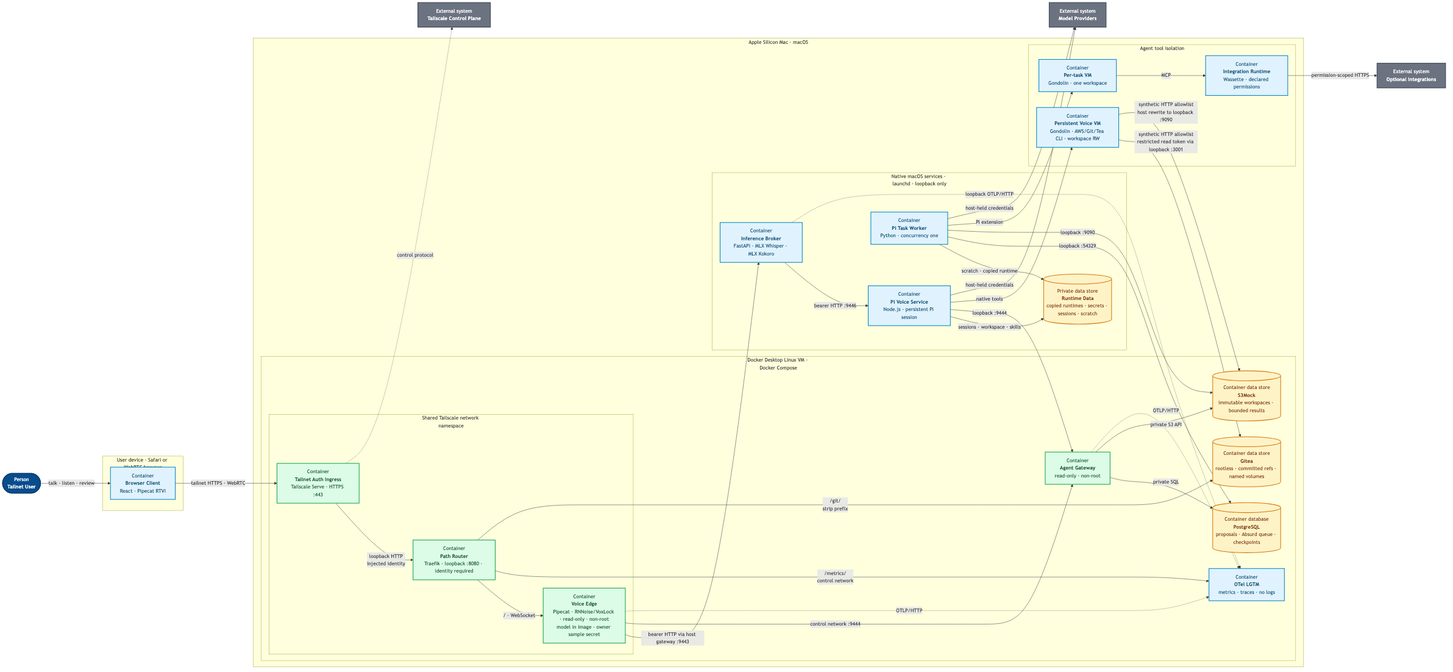
Above: products/voice-agent/docs/architecture/deployment-security.png in ragavsathish/agent-workload-platform (Mermaid), before the change. Its source is kept beside it as products/voice-agent/docs/architecture/deployment-security.mmd.
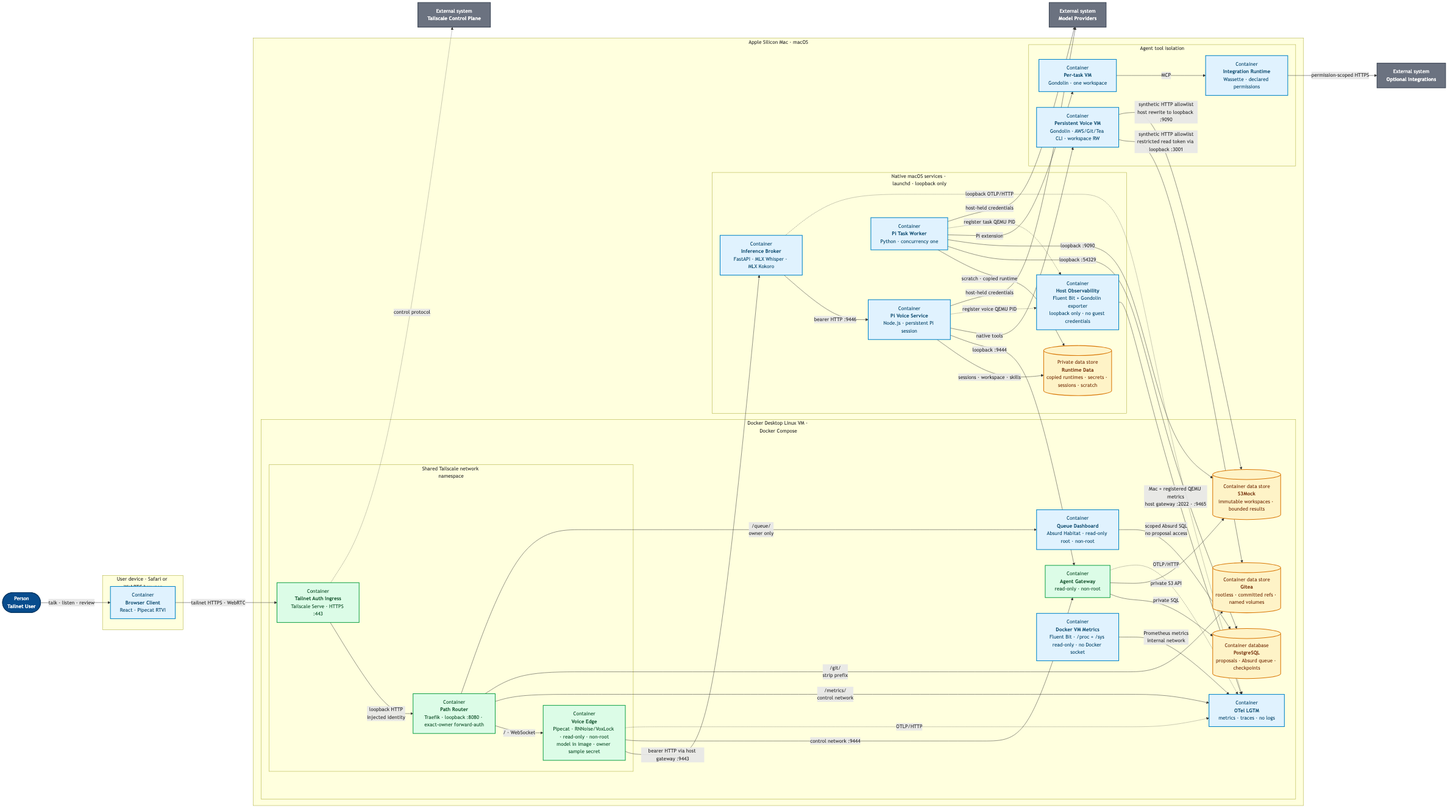
After the change.

Diff of the diagram source:
```diff
@@ -16,17 +16,20 @@
             subgraph EDGE_NS["Shared Tailscale network namespace"]
                 direction LR
                 INGRESS["Container<br/><b>Tailnet Auth Ingress</b><br/>Tailscale Serve · HTTPS :443"]
-                ROUTER["Container<br/><b>Path Router</b><br/>Traefik · loopback :8080 · identity required"]
+                ROUTER["Container<br/><b>Path Router</b><br/>Traefik · loopback :8080 · exact-owner forward-auth"]
                 EDGE["Container<br/><b>Voice Edge</b><br/>Pipecat · RNNoise/VoxLock · read-only · non-root<br/>model in image · owner sample secret"]
                 INGRESS -->|"loopback HTTP<br/>injected identity"| ROUTER
                 ROUTER -->|"/ · WebSocket"| EDGE
             end
             GATEWAY["Container<br/><b>Agent Gateway</b><br/>read-only · non-root"]
             POSTGRES[("Container database<br/><b>PostgreSQL</b><br/>proposals · Absurd queue · checkpoints")]
+            HABITAT["Container<br/><b>Queue Dashboard</b><br/>Absurd Habitat · read-only root · non-root"]
             S3[("Container data store<br/><b>S3Mock</b><br/>immutable workspaces · bounded results")]
             GITEA[("Container data store<br/><b>Gitea</b><br/>rootless · committed refs · named volumes")]
+            DOCKER_METRICS["Container<br/><b>Docker VM Metrics</b><br/>Fluent Bit · /proc + /sys read-only · no Docker socket"]
             OTEL["Container<br/><b>OTel LGTM</b><br/>metrics · traces · no logs"]
             GATEWAY -->|"private SQL"| POSTGRES
+            HABITAT -->|"scoped Absurd SQL<br/>no proposal access"| POSTGRES
             GATEWAY -->|"private S3 API"| S3
         end
 
@@ -35,6 +38,7 @@
             BROKER["Container<br/><b>Inference Broker</b><br/>FastAPI · MLX Whisper · MLX Kokoro"]
             PI["Container<br/><b>Pi Voice Service</b><br/>Node.js · persistent Pi session"]
             WORKER["Container<br/><b>Pi Task Worker</b><br/>Python · concurrency one"]
+            HOST_METRICS["Container<br/><b>Host Observability</b><br/>Fluent Bit + Gondolin exporter<br/>loopback only · no guest credentials"]
             RUNTIME[("Private data store<br/><b>Runtime Data</b><br/>copied runtimes · secrets · sessions · scratch")]
             BROKER -->|"bearer HTTP :9446"| PI
             PI -->|"sessions · workspace · skills"| RUNTIME
@@ -61,8 +65,13 @@
         EDGE -.->|"OTLP/HTTP"| OTEL
         GATEWAY -.->|"OTLP/HTTP"| OTEL
         BROKER -.->|"loopback OTLP/HTTP"| OTEL
+        PI -.->|"register voice QEMU PID"| HOST_METRICS
+        WORKER -.->|"register task QEMU PID"| HOST_METRICS
+        DOCKER_METRICS -->|"Prometheus metrics<br/>internal network"| OTEL
+        HOST_METRICS -->|"Mac + registered QEMU metrics<br/>host gateway :2022 · :9465"| OTEL
         ROUTER -->|"/metrics/<br/>control network"| OTEL
         ROUTER -->|"/git/<br/>strip prefix"| GITEA
+        ROUTER -->|"/queue/<br/>owner only"| HABITAT
     end
 
     USER -->|"talk · listen · review"| BROWSER
@@ -79,6 +88,6 @@
     classDef data fill:#fef3c7,color:#78350f,stroke:#d97706,stroke-width:2px;
     class USER person;
     class CONTROL,MODELS,EXTERNAL external;
-    class BROWSER,BROKER,PI,WORKER,VOICE_VM,TASK_VM,WASSETTE,OTEL container;
+    class BROWSER,BROKER,PI,WORKER,HOST_METRICS,VOICE_VM,TASK_VM,WASSETTE,HABITAT,DOCKER_METRICS,OTEL container;
     class INGRESS,ROUTER,EDGE,GATEWAY security;
     class POSTGRES,S3,GITEA,RUNTIME data;
```
